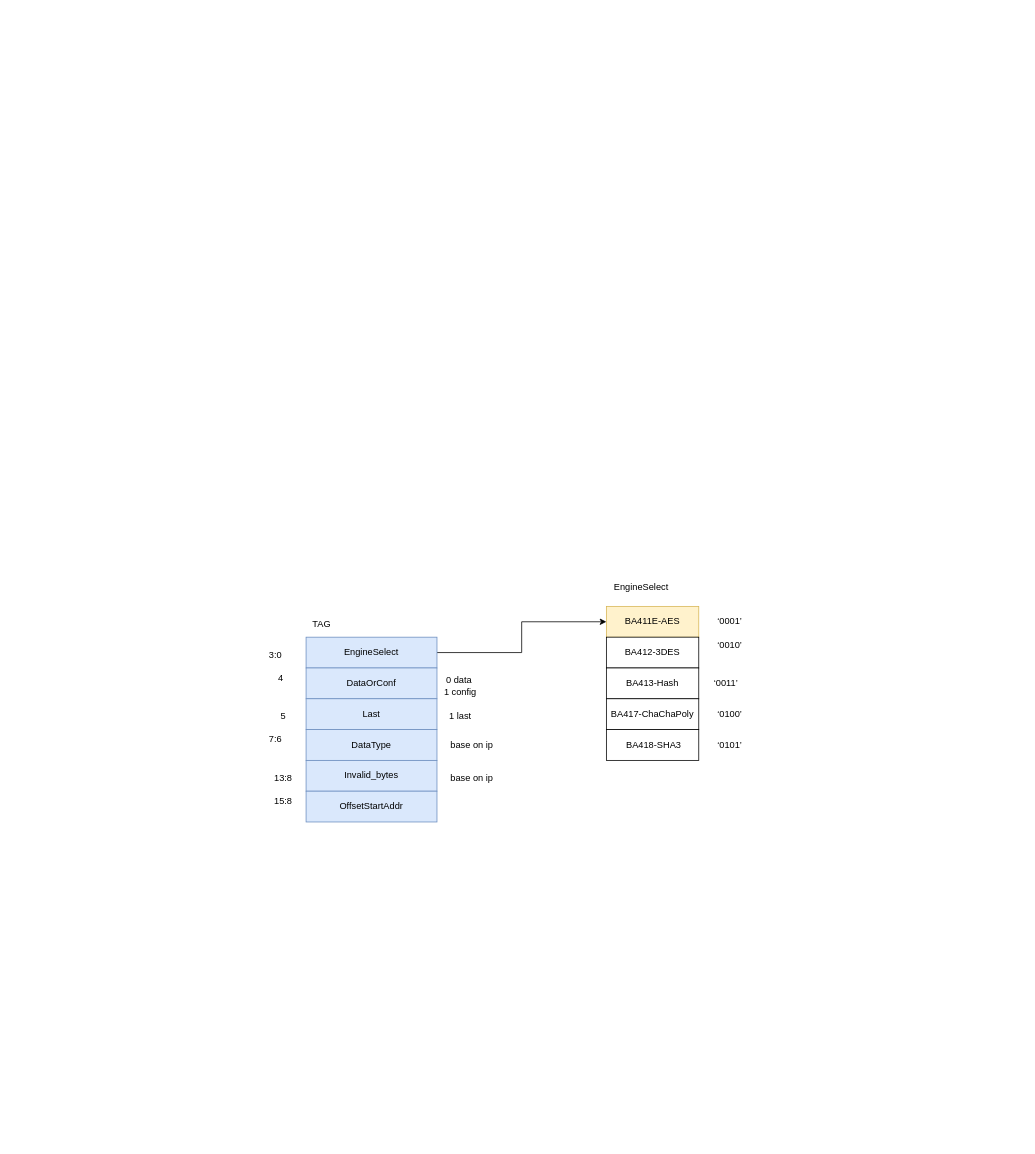
Above: page "ba450" (9 of 9) of linux3.drawio in thomas-coding/drawio (draw.io), before the change. Source tidied: cells renumbered, new cells numbered last; positions are measured from the earlier drawing's top-left corner, leaving out a move shared by most shapes. Both pictures are drawn from the tidied source at 77%, with x=0, y=0 at pixel (259, 575).
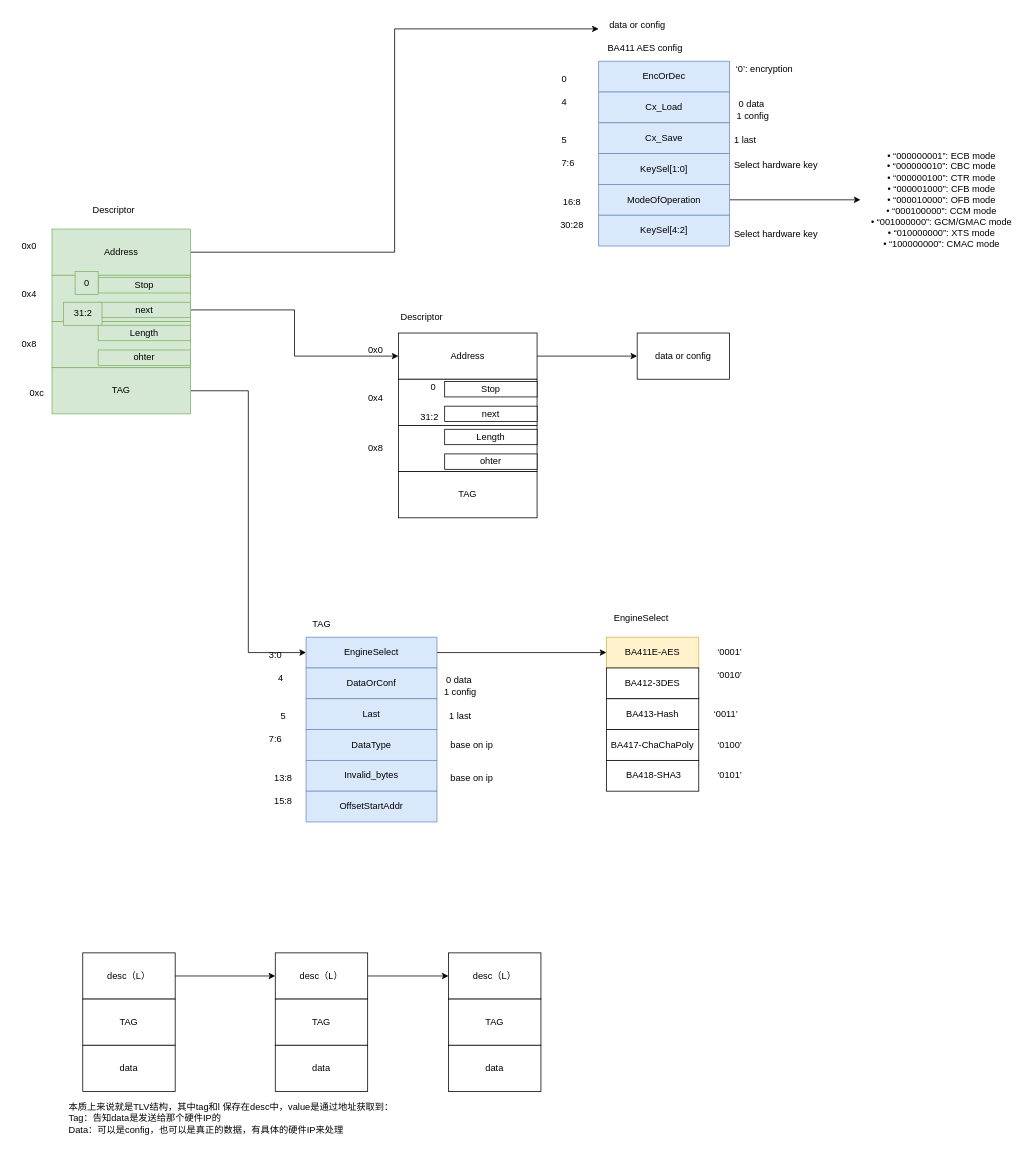
The same page after the edit.

Unchanged cells that the change refers to:
```xml
<mxCell id="3" value="EngineSelect" style="rounded=0;whiteSpace=wrap;html=1;fillColor=#dae8fc;strokeColor=#6c8ebf;" parent="1" vertex="1">
  <mxGeometry x="60" y="80" width="170" height="40" as="geometry" />
</mxCell>
```

Diff of the diagram source:
```diff
@@
     <mxCell id="7" value="BA411E-AES" style="rounded=0;whiteSpace=wrap;html=1;fillColor=#fff2cc;strokeColor=#d6b656;" parent="1" vertex="1">
-      <mxGeometry x="450" y="40" width="120" height="40" as="geometry" />
+      <mxGeometry x="450" y="80" width="120" height="40" as="geometry" />
     </mxCell>
     <mxCell id="8" value="BA412-3DES" style="rounded=0;whiteSpace=wrap;html=1;" parent="1" vertex="1">
-      <mxGeometry x="450" y="80" width="120" height="40" as="geometry" />
+      <mxGeometry x="450" y="120" width="120" height="40" as="geometry" />
     </mxCell>
     <mxCell id="9" value="BA413-Hash" style="rounded=0;whiteSpace=wrap;html=1;" parent="1" vertex="1">
-      <mxGeometry x="450" y="120" width="120" height="40" as="geometry" />
+      <mxGeometry x="450" y="160" width="120" height="40" as="geometry" />
     </mxCell>
     <mxCell id="10" value="BA417-ChaChaPoly" style="rounded=0;whiteSpace=wrap;html=1;" parent="1" vertex="1">
-      <mxGeometry x="450" y="160" width="120" height="40" as="geometry" />
+      <mxGeometry x="450" y="200" width="120" height="40" as="geometry" />
     </mxCell>
     <mxCell id="11" value="&amp;nbsp;BA418-SHA3" style="rounded=0;whiteSpace=wrap;html=1;" parent="1" vertex="1">
-      <mxGeometry x="450" y="200" width="120" height="40" as="geometry" />
+      <mxGeometry x="450" y="240" width="120" height="40" as="geometry" />
     </mxCell>
     <mxCell id="12" value="‘0001’" style="text;html=1;align=center;verticalAlign=middle;strokeColor=none;fillColor=none;" parent="1" vertex="1">
-      <mxGeometry x="580" y="45" width="60" height="30" as="geometry" />
+      <mxGeometry x="580" y="85" width="60" height="30" as="geometry" />
     </mxCell>
     <mxCell id="13" value="‘0010’" style="text;html=1;align=center;verticalAlign=middle;strokeColor=none;fillColor=none;" parent="1" vertex="1">
-      <mxGeometry x="580" y="75" width="60" height="30" as="geometry" />
+      <mxGeometry x="580" y="115" width="60" height="30" as="geometry" />
     </mxCell>
     <mxCell id="14" value="‘0011’" style="text;html=1;align=center;verticalAlign=middle;strokeColor=none;fillColor=none;" parent="1" vertex="1">
-      <mxGeometry x="580" y="125" width="50" height="30" as="geometry" />
+      <mxGeometry x="580" y="165" width="50" height="30" as="geometry" />
     </mxCell>
     <mxCell id="15" value="‘0100’" style="text;html=1;align=center;verticalAlign=middle;strokeColor=none;fillColor=none;" parent="1" vertex="1">
-      <mxGeometry x="580" y="165" width="60" height="30" as="geometry" />
+      <mxGeometry x="580" y="205" width="60" height="30" as="geometry" />
     </mxCell>
     <mxCell id="16" value="‘0101’" style="text;html=1;align=center;verticalAlign=middle;strokeColor=none;fillColor=none;" parent="1" vertex="1">
-      <mxGeometry x="580" y="205" width="60" height="30" as="geometry" />
+      <mxGeometry x="580" y="245" width="60" height="30" as="geometry" />
     </mxCell>
     <mxCell id="17" value="EngineSelect" style="text;html=1;align=center;verticalAlign=middle;strokeColor=none;fillColor=none;" parent="1" vertex="1">
-      <mxGeometry x="450" width="90" height="30" as="geometry" />
+      <mxGeometry x="450" y="40" width="90" height="30" as="geometry" />
     </mxCell>
@@
+    <mxCell id="31" style="edgeStyle=orthogonalEdgeStyle;rounded=0;jettySize=auto;html=1;entryX=0;entryY=0.667;entryDx=0;entryDy=0;entryPerimeter=0;" parent="1" edge="1" source="32" target="84">
+      <mxGeometry relative="1" as="geometry" />
+    </mxCell>
+    <mxCell id="32" value="Address" style="rounded=0;whiteSpace=wrap;html=1;fillColor=#d5e8d4;strokeColor=#82b366;" parent="1" vertex="1">
+      <mxGeometry x="-270" y="-450" width="180" height="60" as="geometry" />
+    </mxCell>
+    <mxCell id="33" value="Descriptor" style="text;html=1;align=center;verticalAlign=middle;strokeColor=none;fillColor=none;" parent="1" vertex="1">
+      <mxGeometry x="-230" y="-490" width="80" height="30" as="geometry" />
+    </mxCell>
+    <mxCell id="34" style="rounded=0;whiteSpace=wrap;html=1;fillColor=#d5e8d4;strokeColor=#82b366;" parent="1" vertex="1">
+      <mxGeometry x="-270" y="-390" width="180" height="60" as="geometry" />
+    </mxCell>
+    <mxCell id="35" style="rounded=0;whiteSpace=wrap;html=1;fillColor=#d5e8d4;strokeColor=#82b366;" parent="1" vertex="1">
+      <mxGeometry x="-270" y="-330" width="180" height="60" as="geometry" />
+    </mxCell>
+    <mxCell id="36" value="Stop" style="rounded=0;whiteSpace=wrap;html=1;fillColor=#d5e8d4;strokeColor=#82b366;" parent="1" vertex="1">
+      <mxGeometry x="-210" y="-387" width="120" height="20" as="geometry" />
+    </mxCell>
+    <mxCell id="37" style="edgeStyle=orthogonalEdgeStyle;rounded=0;jettySize=auto;html=1;entryX=0;entryY=0.5;entryDx=0;entryDy=0;" parent="1" edge="1" source="38" target="47">
+      <mxGeometry relative="1" as="geometry" />
+    </mxCell>
+    <mxCell id="38" value="next" style="rounded=0;whiteSpace=wrap;html=1;fillColor=#d5e8d4;strokeColor=#82b366;" parent="1" vertex="1">
+      <mxGeometry x="-210" y="-355" width="120" height="20" as="geometry" />
+    </mxCell>
+    <mxCell id="39" value="0" style="text;html=1;align=center;verticalAlign=middle;strokeColor=#82b366;fillColor=#d5e8d4;" parent="1" vertex="1">
+      <mxGeometry x="-240" y="-395" width="30" height="30" as="geometry" />
+    </mxCell>
+    <mxCell id="40" value="31:2" style="text;html=1;align=center;verticalAlign=middle;strokeColor=#82b366;fillColor=#d5e8d4;" parent="1" vertex="1">
+      <mxGeometry x="-255" y="-355" width="50" height="30" as="geometry" />
+    </mxCell>
+    <mxCell id="41" value="0x0" style="text;html=1;align=center;verticalAlign=middle;strokeColor=none;fillColor=none;" parent="1" vertex="1">
+      <mxGeometry x="-320" y="-442" width="40" height="30" as="geometry" />
+    </mxCell>
+    <mxCell id="42" value="0x4" style="text;html=1;align=center;verticalAlign=middle;strokeColor=none;fillColor=none;" parent="1" vertex="1">
+      <mxGeometry x="-320" y="-380" width="40" height="30" as="geometry" />
+    </mxCell>
+    <mxCell id="43" value="0x8" style="text;html=1;align=center;verticalAlign=middle;strokeColor=none;fillColor=none;" parent="1" vertex="1">
+      <mxGeometry x="-320" y="-315" width="40" height="30" as="geometry" />
+    </mxCell>
+    <mxCell id="44" value="Length" style="rounded=0;whiteSpace=wrap;html=1;fillColor=#d5e8d4;strokeColor=#82b366;" parent="1" vertex="1">
+      <mxGeometry x="-210" y="-325" width="120" height="20" as="geometry" />
+    </mxCell>
+    <mxCell id="45" value="ohter" style="rounded=0;whiteSpace=wrap;html=1;fillColor=#d5e8d4;strokeColor=#82b366;" parent="1" vertex="1">
+      <mxGeometry x="-210" y="-293" width="120" height="20" as="geometry" />
+    </mxCell>
+    <mxCell id="46" style="edgeStyle=orthogonalEdgeStyle;rounded=0;jettySize=auto;html=1;entryX=0;entryY=0.5;entryDx=0;entryDy=0;" parent="1" edge="1" source="47" target="59">
+      <mxGeometry relative="1" as="geometry" />
+    </mxCell>
+    <mxCell id="47" value="Address" style="rounded=0;whiteSpace=wrap;html=1;" parent="1" vertex="1">
+      <mxGeometry x="180" y="-315" width="180" height="60" as="geometry" />
+    </mxCell>
+    <mxCell id="48" style="rounded=0;whiteSpace=wrap;html=1;" parent="1" vertex="1">
+      <mxGeometry x="180" y="-255" width="180" height="60" as="geometry" />
+    </mxCell>
+    <mxCell id="49" style="rounded=0;whiteSpace=wrap;html=1;" parent="1" vertex="1">
+      <mxGeometry x="180" y="-195" width="180" height="60" as="geometry" />
+    </mxCell>
+    <mxCell id="50" value="Stop" style="rounded=0;whiteSpace=wrap;html=1;" parent="1" vertex="1">
+      <mxGeometry x="240" y="-252" width="120" height="20" as="geometry" />
+    </mxCell>
+    <mxCell id="51" value="next" style="rounded=0;whiteSpace=wrap;html=1;" parent="1" vertex="1">
+      <mxGeometry x="240" y="-220" width="120" height="20" as="geometry" />
+    </mxCell>
+    <mxCell id="52" value="0" style="text;html=1;align=center;verticalAlign=middle;strokeColor=none;fillColor=none;" parent="1" vertex="1">
+      <mxGeometry x="210" y="-260" width="30" height="30" as="geometry" />
+    </mxCell>
+    <mxCell id="53" value="31:2" style="text;html=1;align=center;verticalAlign=middle;strokeColor=none;fillColor=none;" parent="1" vertex="1">
+      <mxGeometry x="195" y="-220" width="50" height="30" as="geometry" />
+    </mxCell>
+    <mxCell id="54" value="0x0" style="text;html=1;align=center;verticalAlign=middle;strokeColor=none;fillColor=none;" parent="1" vertex="1">
+      <mxGeometry x="130" y="-307" width="40" height="30" as="geometry" />
+    </mxCell>
+    <mxCell id="55" value="0x4" style="text;html=1;align=center;verticalAlign=middle;strokeColor=none;fillColor=none;" parent="1" vertex="1">
+      <mxGeometry x="130" y="-245" width="40" height="30" as="geometry" />
+    </mxCell>
+    <mxCell id="56" value="0x8" style="text;html=1;align=center;verticalAlign=middle;strokeColor=none;fillColor=none;" parent="1" vertex="1">
+      <mxGeometry x="130" y="-180" width="40" height="30" as="geometry" />
+    </mxCell>
+    <mxCell id="57" value="Length" style="rounded=0;whiteSpace=wrap;html=1;" parent="1" vertex="1">
+      <mxGeometry x="240" y="-190" width="120" height="20" as="geometry" />
+    </mxCell>
+    <mxCell id="58" value="ohter" style="rounded=0;whiteSpace=wrap;html=1;" parent="1" vertex="1">
+      <mxGeometry x="240" y="-158" width="120" height="20" as="geometry" />
+    </mxCell>
+    <mxCell id="59" value="data or config" style="rounded=0;whiteSpace=wrap;html=1;" parent="1" vertex="1">
+      <mxGeometry x="490" y="-315" width="120" height="60" as="geometry" />
+    </mxCell>
+    <mxCell id="60" style="edgeStyle=orthogonalEdgeStyle;rounded=0;jettySize=auto;html=1;entryX=0;entryY=0.5;entryDx=0;entryDy=0;" parent="1" edge="1" source="61" target="3">
+      <mxGeometry relative="1" as="geometry" />
+    </mxCell>
+    <mxCell id="61" value="TAG" style="rounded=0;whiteSpace=wrap;html=1;fillColor=#d5e8d4;strokeColor=#82b366;" parent="1" vertex="1">
+      <mxGeometry x="-270" y="-270" width="180" height="60" as="geometry" />
+    </mxCell>
+    <mxCell id="62" value="TAG" style="rounded=0;whiteSpace=wrap;html=1;" parent="1" vertex="1">
+      <mxGeometry x="180" y="-135" width="180" height="60" as="geometry" />
+    </mxCell>
+    <mxCell id="63" value="0xc" style="text;html=1;align=center;verticalAlign=middle;strokeColor=none;fillColor=none;" parent="1" vertex="1">
+      <mxGeometry x="-310" y="-252" width="40" height="30" as="geometry" />
+    </mxCell>
+    <mxCell id="64" value="Descriptor" style="text;html=1;align=center;verticalAlign=middle;strokeColor=none;fillColor=none;" parent="1" vertex="1">
+      <mxGeometry x="170" y="-350" width="80" height="30" as="geometry" />
+    </mxCell>
+    <mxCell id="65" value="EncOrDec" style="rounded=0;whiteSpace=wrap;html=1;fillColor=#dae8fc;strokeColor=#6c8ebf;" parent="1" vertex="1">
+      <mxGeometry x="440" y="-668" width="170" height="40" as="geometry" />
+    </mxCell>
+    <mxCell id="66" value="BA411 AES config" style="text;html=1;align=center;verticalAlign=middle;strokeColor=none;fillColor=none;" parent="1" vertex="1">
+      <mxGeometry x="440" y="-700" width="120" height="30" as="geometry" />
+    </mxCell>
+    <mxCell id="67" value="Cx_Load" style="rounded=0;whiteSpace=wrap;html=1;fillColor=#dae8fc;strokeColor=#6c8ebf;" parent="1" vertex="1">
+      <mxGeometry x="440" y="-628" width="170" height="40" as="geometry" />
+    </mxCell>
+    <mxCell id="68" value="0" style="text;html=1;align=center;verticalAlign=middle;strokeColor=none;fillColor=none;" parent="1" vertex="1">
+      <mxGeometry x="380" y="-660" width="30" height="30" as="geometry" />
+    </mxCell>
+    <mxCell id="69" value="4" style="text;html=1;align=center;verticalAlign=middle;strokeColor=none;fillColor=none;" parent="1" vertex="1">
+      <mxGeometry x="380" y="-630" width="30" height="30" as="geometry" />
+    </mxCell>
+    <mxCell id="70" value="0 data&amp;nbsp;&lt;br&gt;1 config" style="text;html=1;align=center;verticalAlign=middle;strokeColor=none;fillColor=none;" parent="1" vertex="1">
+      <mxGeometry x="605" y="-625" width="70" height="40" as="geometry" />
+    </mxCell>
+    <mxCell id="71" value="Cx_Save" style="rounded=0;whiteSpace=wrap;html=1;fillColor=#dae8fc;strokeColor=#6c8ebf;" parent="1" vertex="1">
+      <mxGeometry x="440" y="-588" width="170" height="40" as="geometry" />
+    </mxCell>
+    <mxCell id="72" value="KeySel[1:0]" style="rounded=0;whiteSpace=wrap;html=1;fillColor=#dae8fc;strokeColor=#6c8ebf;" parent="1" vertex="1">
+      <mxGeometry x="440" y="-548" width="170" height="40" as="geometry" />
+    </mxCell>
+    <mxCell id="73" style="edgeStyle=orthogonalEdgeStyle;rounded=0;jettySize=auto;html=1;" parent="1" edge="1" source="74" target="85">
+      <mxGeometry relative="1" as="geometry" />
+    </mxCell>
+    <mxCell id="74" value="ModeOfOperation" style="rounded=0;whiteSpace=wrap;html=1;fillColor=#dae8fc;strokeColor=#6c8ebf;" parent="1" vertex="1">
+      <mxGeometry x="440" y="-508" width="170" height="40" as="geometry" />
+    </mxCell>
+    <mxCell id="75" value="1 last" style="text;html=1;align=center;verticalAlign=middle;strokeColor=none;fillColor=none;" parent="1" vertex="1">
+      <mxGeometry x="605" y="-580" width="50" height="30" as="geometry" />
+    </mxCell>
+    <mxCell id="76" value="5" style="text;html=1;align=center;verticalAlign=middle;strokeColor=none;fillColor=none;" parent="1" vertex="1">
+      <mxGeometry x="380" y="-580" width="30" height="30" as="geometry" />
+    </mxCell>
+    <mxCell id="77" value="7:6" style="text;html=1;align=center;verticalAlign=middle;strokeColor=none;fillColor=none;" parent="1" vertex="1">
+      <mxGeometry x="380" y="-550" width="40" height="30" as="geometry" />
+    </mxCell>
+    <mxCell id="78" value="Select hardware key" style="text;html=1;align=center;verticalAlign=middle;strokeColor=none;fillColor=none;" parent="1" vertex="1">
+      <mxGeometry x="605" y="-548" width="130" height="30" as="geometry" />
+    </mxCell>
+    <mxCell id="79" value="16:8" style="text;html=1;align=center;verticalAlign=middle;strokeColor=none;fillColor=none;" parent="1" vertex="1">
+      <mxGeometry x="380" y="-500" width="50" height="30" as="geometry" />
+    </mxCell>
+    <mxCell id="80" value="KeySel[4:2]" style="rounded=0;whiteSpace=wrap;html=1;fillColor=#dae8fc;strokeColor=#6c8ebf;" parent="1" vertex="1">
+      <mxGeometry x="440" y="-468" width="170" height="40" as="geometry" />
+    </mxCell>
+    <mxCell id="81" value="30:28" style="text;html=1;align=center;verticalAlign=middle;strokeColor=none;fillColor=none;" parent="1" vertex="1">
+      <mxGeometry x="380" y="-470" width="50" height="30" as="geometry" />
+    </mxCell>
+    <mxCell id="82" value="‘0’: encryption" style="text;html=1;align=center;verticalAlign=middle;strokeColor=none;fillColor=none;" parent="1" vertex="1">
+      <mxGeometry x="605" y="-672" width="100" height="30" as="geometry" />
+    </mxCell>
+    <mxCell id="83" value="Select hardware key" style="text;html=1;align=center;verticalAlign=middle;strokeColor=none;fillColor=none;" parent="1" vertex="1">
+      <mxGeometry x="605" y="-458" width="130" height="30" as="geometry" />
+    </mxCell>
+    <mxCell id="84" value="data or config" style="text;html=1;align=center;verticalAlign=middle;points=[];strokeColor=none;fillColor=none;" parent="1" vertex="1">
+      <mxGeometry x="440" y="-730" width="100" height="30" as="geometry" />
+    </mxCell>
+    <mxCell id="85" value="&lt;div&gt;• “000000001”: ECB mode&lt;/div&gt;&lt;div&gt;• “000000010”: CBC mode&lt;/div&gt;&lt;div&gt;• “000000100”: CTR mode&lt;/div&gt;&lt;div&gt;• “000001000”: CFB mode&lt;/div&gt;&lt;div&gt;• “000010000”: OFB mode&lt;/div&gt;&lt;div&gt;• “000100000”: CCM mode&lt;/div&gt;&lt;div&gt;• “001000000”: GCM/GMAC mode&lt;/div&gt;&lt;div&gt;• “010000000”: XTS mode&lt;/div&gt;&lt;div&gt;• “100000000”: CMAC mode&lt;/div&gt;" style="text;html=1;align=center;verticalAlign=middle;points=[];strokeColor=none;fillColor=none;" parent="1" vertex="1">
+      <mxGeometry x="780" y="-558" width="210" height="140" as="geometry" />
+    </mxCell>
+    <mxCell id="86" style="edgeStyle=orthogonalEdgeStyle;rounded=0;jettySize=auto;html=1;" parent="1" edge="1" source="87" target="89">
+      <mxGeometry relative="1" as="geometry" />
+    </mxCell>
+    <mxCell id="87" value="desc（L）" style="rounded=0;whiteSpace=wrap;html=1;" parent="1" vertex="1">
+      <mxGeometry x="-230" y="490" width="120" height="60" as="geometry" />
+    </mxCell>
+    <mxCell id="88" style="edgeStyle=orthogonalEdgeStyle;rounded=0;jettySize=auto;html=1;" parent="1" edge="1" source="89" target="90">
+      <mxGeometry relative="1" as="geometry" />
+    </mxCell>
+    <mxCell id="89" value="desc（L）" style="rounded=0;whiteSpace=wrap;html=1;" parent="1" vertex="1">
+      <mxGeometry x="20" y="490" width="120" height="60" as="geometry" />
+    </mxCell>
+    <mxCell id="90" value="desc（L）" style="rounded=0;whiteSpace=wrap;html=1;" parent="1" vertex="1">
+      <mxGeometry x="245" y="490" width="120" height="60" as="geometry" />
+    </mxCell>
+    <mxCell id="91" value="TAG" style="rounded=0;whiteSpace=wrap;html=1;" parent="1" vertex="1">
+      <mxGeometry x="-230" y="550" width="120" height="60" as="geometry" />
+    </mxCell>
+    <mxCell id="92" value="TAG" style="rounded=0;whiteSpace=wrap;html=1;" parent="1" vertex="1">
+      <mxGeometry x="20" y="550" width="120" height="60" as="geometry" />
+    </mxCell>
+    <mxCell id="93" value="TAG" style="rounded=0;whiteSpace=wrap;html=1;" parent="1" vertex="1">
+      <mxGeometry x="245" y="550" width="120" height="60" as="geometry" />
+    </mxCell>
+    <mxCell id="94" value="data" style="rounded=0;whiteSpace=wrap;html=1;" parent="1" vertex="1">
+      <mxGeometry x="-230" y="610" width="120" height="60" as="geometry" />
+    </mxCell>
+    <mxCell id="95" value="data" style="rounded=0;whiteSpace=wrap;html=1;" parent="1" vertex="1">
+      <mxGeometry x="20" y="610" width="120" height="60" as="geometry" />
+    </mxCell>
+    <mxCell id="96" value="data" style="rounded=0;whiteSpace=wrap;html=1;" parent="1" vertex="1">
+      <mxGeometry x="245" y="610" width="120" height="60" as="geometry" />
+    </mxCell>
+    <mxCell id="97" value="本质上来说就是TLV结构，其中tag和l 保存在desc中，value是通过地址获取到：&lt;br&gt;Tag：告知data是发送给那个硬件IP的&lt;br&gt;Data：可以是config，也可以是真正的数据，有具体的硬件IP来处理" style="text;html=1;align=left;verticalAlign=middle;strokeColor=none;fillColor=none;" parent="1" vertex="1">
+      <mxGeometry x="-250" y="675" width="450" height="60" as="geometry" />
+    </mxCell>
```
